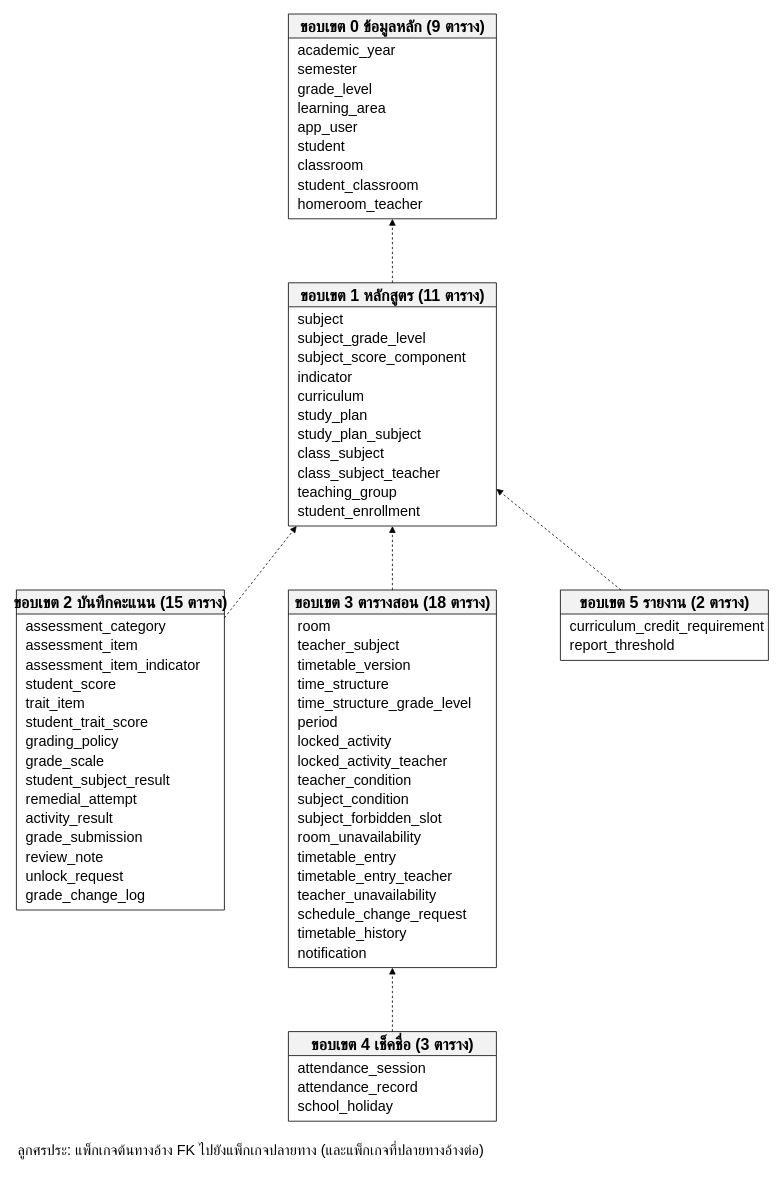
This is docs/database/er/er-overview.drawio from polymercatzz/Academic, a draw.io file, before an edit. Source tidied: cells renumbered, new cells numbered last; positions are measured from the earlier drawing's top-left corner, leaving out a move shared by most shapes. Both pictures are drawn from the tidied source at 80%, with x=0, y=0 at pixel (16, 14).
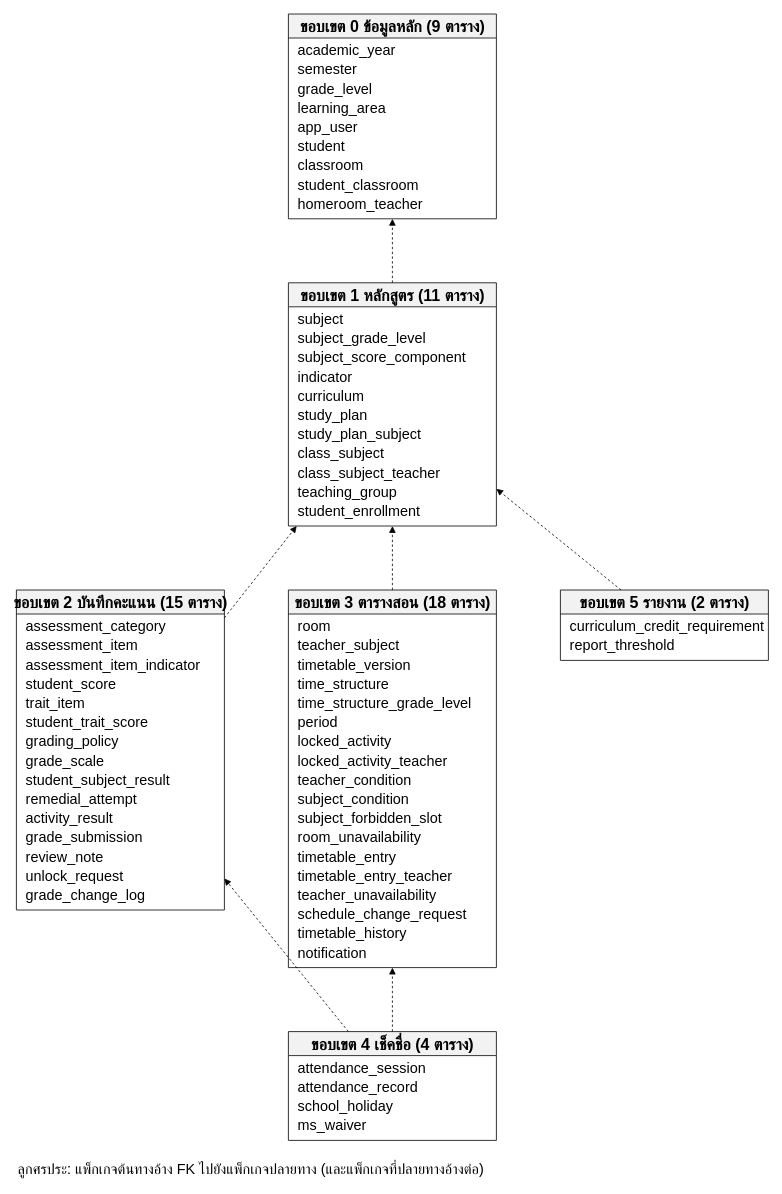
After the change.

The change refers to these unchanged cells:
```xml
<mxCell id="24" value="ขอบเขต 2 บันทึกคะแนน (15 ตาราง)" style="swimlane;startSize=30;html=1;fontFamily=TH SarabunPSK;fontSize=20;fontStyle=1;fillColor=#F2F2F2;strokeColor=#000000;swimlaneFillColor=#FFFFFF;" parent="1" vertex="1">
  <mxGeometry y="720" width="260" height="400" as="geometry" />
</mxCell>
```

What changed in the source:
```diff
@@
-    <mxCell id="59" value="ขอบเขต 4 เช็คชื่อ (3 ตาราง)" style="swimlane;startSize=30;html=1;fontFamily=TH SarabunPSK;fontSize=20;fontStyle=1;fillColor=#F2F2F2;strokeColor=#000000;swimlaneFillColor=#FFFFFF;" parent="1" vertex="1">
-      <mxGeometry x="340" y="1272" width="260" height="112" as="geometry" />
+    <mxCell id="59" value="ขอบเขต 4 เช็คชื่อ (4 ตาราง)" style="swimlane;startSize=30;html=1;fontFamily=TH SarabunPSK;fontSize=20;fontStyle=1;fillColor=#F2F2F2;strokeColor=#000000;swimlaneFillColor=#FFFFFF;" parent="1" vertex="1">
+      <mxGeometry x="340" y="1272" width="260" height="136" as="geometry" />
     </mxCell>
@@
+    <mxCell id="72" value="ms_waiver" style="text;html=1;fontFamily=TH SarabunPSK;fontSize=18;align=left;spacingLeft=10;verticalAlign=middle;" parent="59" vertex="1">
+      <mxGeometry y="106" width="260" height="24" as="geometry" />
+    </mxCell>
@@
+    <mxCell id="73" style="endArrow=block;endFill=1;html=1;strokeColor=#000000;dashed=1;rounded=0;" parent="1" edge="1" source="59" target="24">
+      <mxGeometry relative="1" as="geometry" />
+    </mxCell>
     <mxCell id="71" value="ลูกศรประ: แพ็กเกจต้นทางอ้าง FK ไปยังแพ็กเกจปลายทาง (และแพ็กเกจที่ปลายทางอ้างต่อ)" style="text;html=1;fontFamily=TH SarabunPSK;fontSize=18;align=left;" parent="1" vertex="1">
-      <mxGeometry y="1404" width="600" height="30" as="geometry" />
+      <mxGeometry y="1428" width="600" height="30" as="geometry" />
     </mxCell>
```
